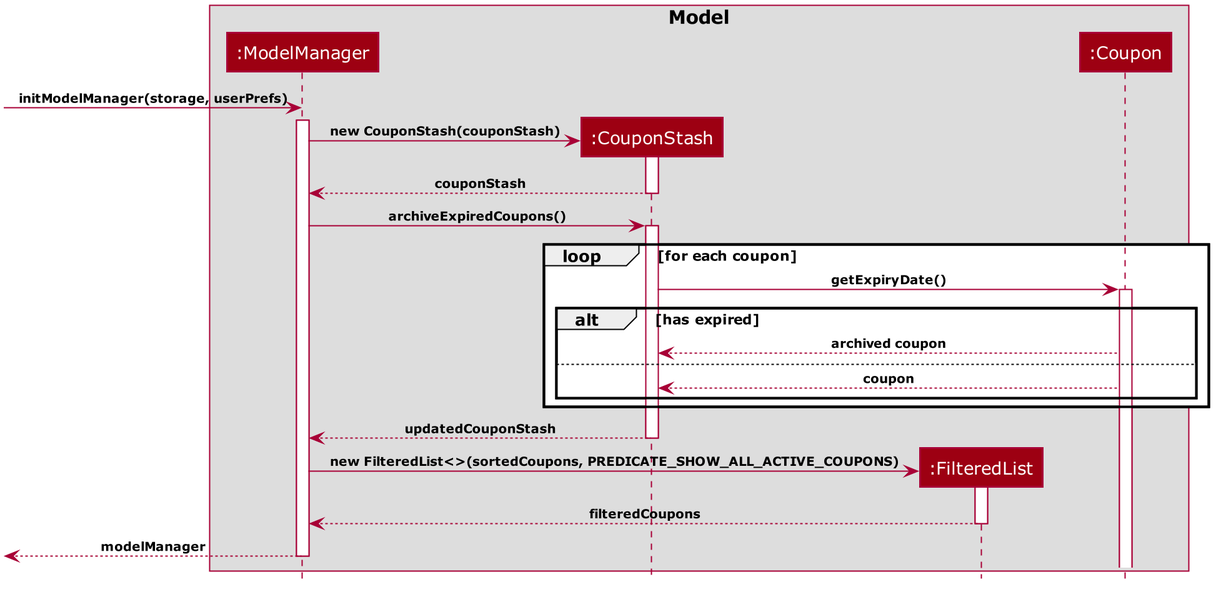
Earlier version of the PlantUML export images/ArchiveExpiredSequenceDiagram.png (AY1920S2-CS2103T-F09-1/main). Source of this version:
```plantuml
@startuml










skinparam BackgroundColor #FFFFFFF

skinparam Shadowing false

skinparam Class {
    FontColor #FFFFFF
    BorderThickness 1
    BorderColor #FFFFFF
    StereotypeFontColor #FFFFFF
    FontName Verdana
    AttributeFontColor #FFFFFF
}

skinparam Actor {
    BorderColor #000000
    Color #000000
    FontName Verdana
}

skinparam Sequence {
    MessageAlign center
    BoxFontSize 15
    BoxPadding 0
    BoxFontColor #FFFFFF
    FontName Verdana
}

skinparam Participant {
    FontColor #FFFFFFF
    Padding 20
}

skinparam GenericDisplay zz

skinparam ArrowFontSize 10
skinparam ArrowFontStyle bold

skinparam NoteBackgroundColor ghostwhite
skinparam NoteBorderColor #3333C4
skinparam DefaultFontName Verdana

skinparam MinClassWidth 50
skinparam ParticipantPadding 10
skinparam Shadowing false
skinparam DefaultTextAlignment center
skinparam packageStyle Rectangle
skinparam classAttributeIconSize 0
skinparam genericDisplay old

hide footbox
hide members
hide circle

box "<color:black>Model</color>"
participant ":ModelManager" as ModelManager #9D0012
participant ":CouponStash" as CouponStash #9D0012
participant ":FilteredList" as FilteredList #9D0012
participant ":Coupon" as Coupon #9D0012
end box

create ModelManager
[-> ModelManager: initModelManager(storage, userPrefs)
activate ModelManager

create CouponStash
ModelManager -> CouponStash: new CouponStash(couponStash)
activate CouponStash
CouponStash --> ModelManager: couponStash
deactivate CouponStash

ModelManager -> CouponStash: archiveExpiredCoupons()
activate CouponStash

loop for each coupon
    CouponStash -> Coupon: getExpiryDate()
    activate Coupon

    alt has expired
        Coupon --> CouponStash: archived coupon
    else
        Coupon --> CouponStash: coupon
    end
end

CouponStash --> ModelManager: updatedCouponStash
deactivate CouponStash

create FilteredList
ModelManager -> FilteredList: new FilteredList<>(sortedCoupons, PREDICATE_SHOW_ALL_ACTIVE_COUPONS)
activate FilteredList
FilteredList --> ModelManager: filteredCoupons
deactivate FilteredList

[<-- ModelManager : modelManager
deactivate ModelManager

@enduml
```
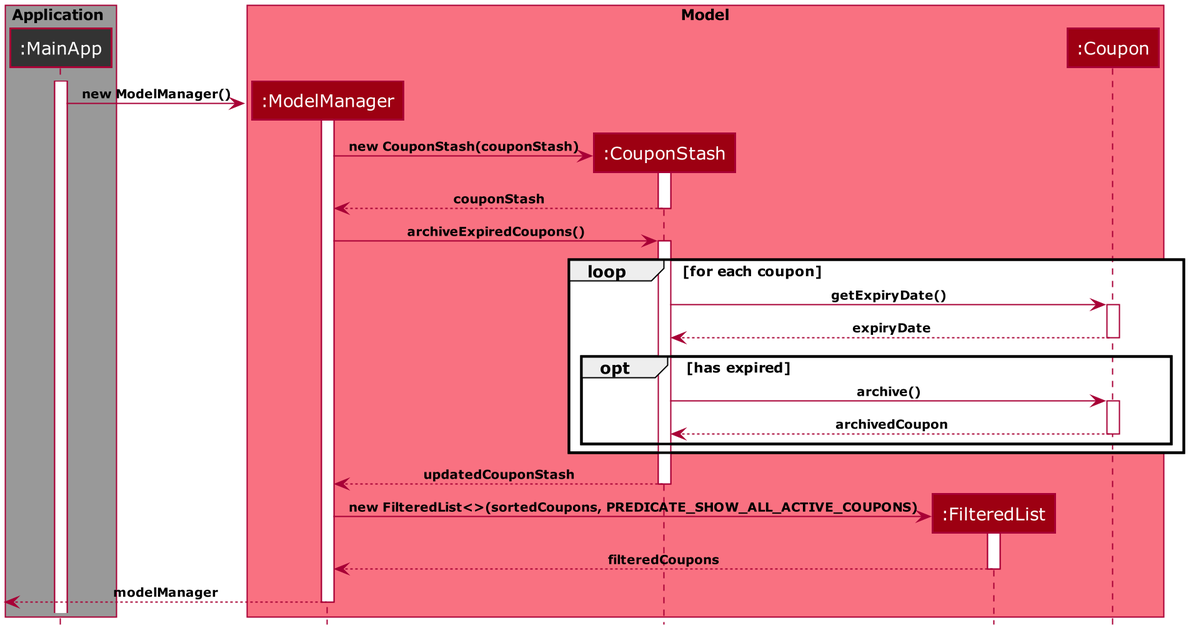
Later version of the same file.

Diff of the diagram source:
```diff
@@ -30,7 +30,7 @@
 
 skinparam Sequence {
     MessageAlign center
-    BoxFontSize 15
+    BoxFontSize 12
     BoxPadding 0
     BoxFontColor #FFFFFF
     FontName Verdana
@@ -62,16 +62,26 @@
 hide members
 hide circle
 
-box "<color:black>Model</color>"
+skinparam ParticipantPadding 0
+
+box <color:black>Application</color> #999999
+participant ":MainApp" as MainApp #333333
+end box
+
+
+box "<color:black>Model</color>" #F97181
 participant ":ModelManager" as ModelManager #9D0012
 participant ":CouponStash" as CouponStash #9D0012
 participant ":FilteredList" as FilteredList #9D0012
 participant ":Coupon" as Coupon #9D0012
 end box
 
+activate MainApp
+
 create ModelManager
-[-> ModelManager: initModelManager(storage, userPrefs)
 activate ModelManager
+
+MainApp -> ModelManager: new ModelManager()
 
 create CouponStash
 ModelManager -> CouponStash: new CouponStash(couponStash)
@@ -85,11 +95,14 @@
 loop for each coupon
     CouponStash -> Coupon: getExpiryDate()
     activate Coupon
+    Coupon --> CouponStash : expiryDate
+    deactivate Coupon
 
-    alt has expired
-        Coupon --> CouponStash: archived coupon
-    else
-        Coupon --> CouponStash: coupon
+    opt has expired
+        CouponStash -> Coupon: archive()
+        activate Coupon
+        Coupon --> CouponStash: archivedCoupon
+        deactivate Coupon
     end
 end
 
```
